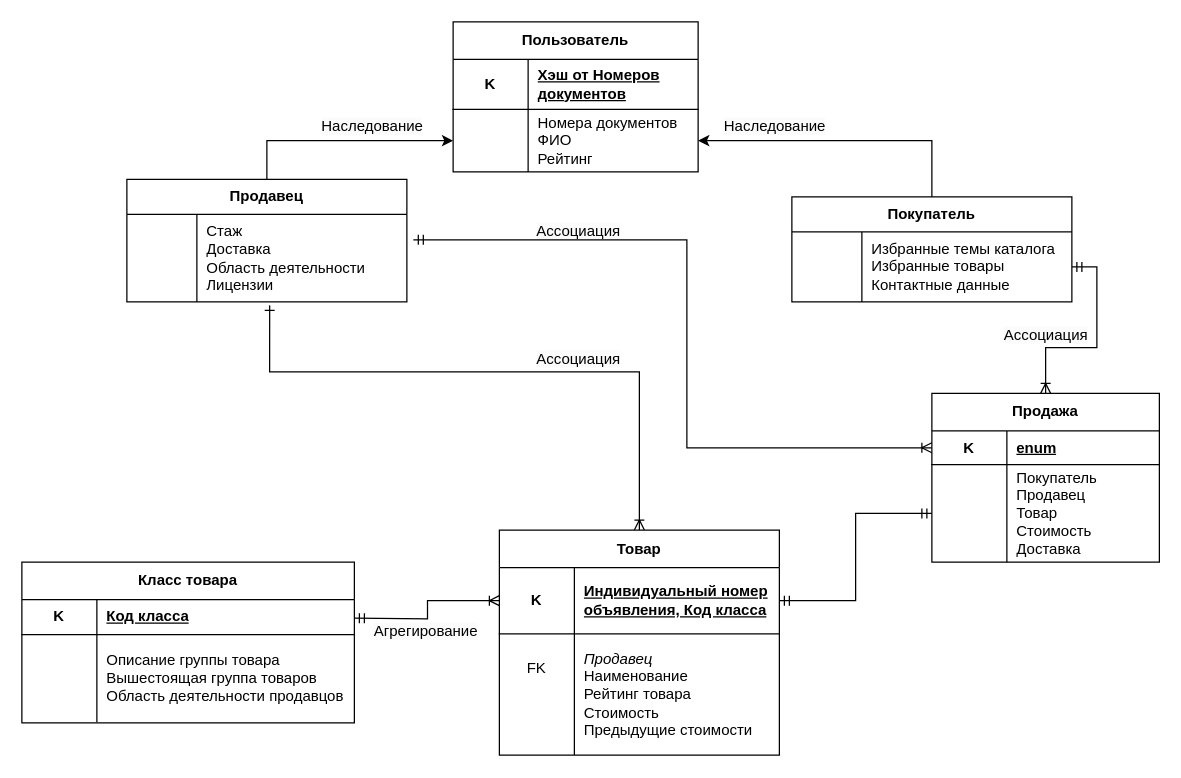
Djuckman/Compilers2 keeps this draw.io diagram as Диаграмма без названия.drawio. Above is the earlier version. Source tidied: cells renumbered, new cells numbered last; positions are measured from the earlier drawing's top-left corner, leaving out a move shared by most shapes. Both pictures are drawn from the tidied source at 125%, with x=0, y=0 at pixel (21, 21).
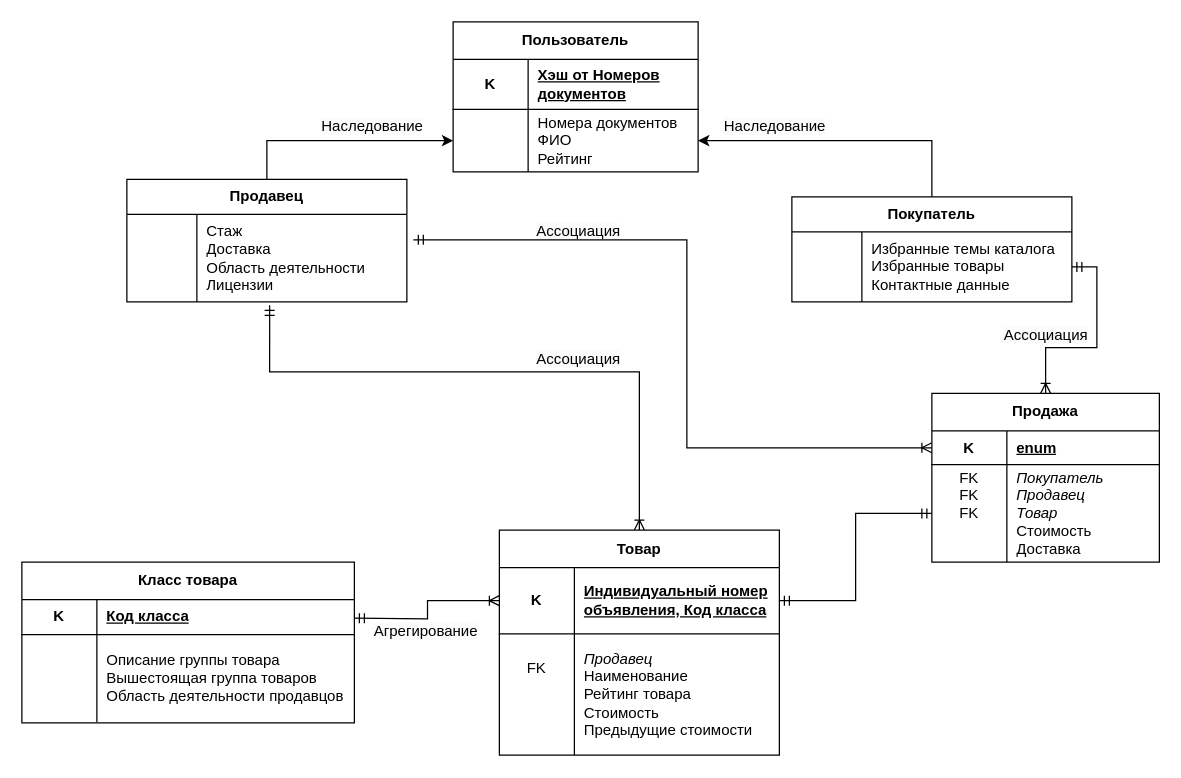
The same page after the edit.

Unchanged cells that the change refers to:
```xml
<mxCell id="15" style="shape=tableRow;horizontal=0;startSize=0;swimlaneHead=0;swimlaneBody=0;fillColor=none;points=[[0,0.5],[1,0.5]];portConstraint=eastwest;top=0;left=0;right=0;bottom=0;html=1;" parent="14" vertex="1">
  <mxGeometry y="28" width="224" height="70" as="geometry" />
</mxCell>
<mxCell id="28" style="shape=tableRow;horizontal=0;startSize=0;swimlaneHead=0;swimlaneBody=0;fillColor=none;points=[[0,0.5],[1,0.5]];portConstraint=eastwest;top=0;left=0;right=0;bottom=0;html=1;" parent="24" vertex="1">
  <mxGeometry y="57" width="182" height="78" as="geometry" />
</mxCell>
<mxCell id="32" value="Товар" style="shape=table;startSize=30;childLayout=tableLayout;rowLines=0;fontStyle=1;align=center;html=1;whiteSpace=wrap;" parent="1" vertex="1">
  <mxGeometry x="382" y="406.5" width="224" height="180" as="geometry" />
</mxCell>
```

Change to the diagram source:
```diff
@@
-    <mxCell id="29" style="shape=partialRectangle;fillColor=none;top=0;left=0;bottom=0;right=0;overflow=hidden;html=1;whiteSpace=wrap;" parent="28" vertex="1">
+    <mxCell id="29" value="FK&lt;div&gt;FK&lt;br&gt;&lt;/div&gt;&lt;div&gt;FK&lt;/div&gt;&lt;div&gt;&lt;br&gt;&lt;/div&gt;&lt;div&gt;&lt;br&gt;&lt;/div&gt;" style="shape=partialRectangle;fillColor=none;top=0;left=0;bottom=0;right=0;overflow=hidden;html=1;whiteSpace=wrap;" parent="28" vertex="1">
       <mxGeometry width="60" height="78" as="geometry" />
     </mxCell>
-    <mxCell id="30" value="&lt;div&gt;Покупатель&lt;/div&gt;&lt;div&gt;Продавец&lt;/div&gt;Товар&lt;div&gt;Стоимость&lt;/div&gt;&lt;div&gt;Доставка&lt;/div&gt;" style="shape=partialRectangle;fillColor=none;top=0;left=0;bottom=0;right=0;align=left;spacingLeft=6;overflow=hidden;html=1;whiteSpace=wrap;" parent="28" vertex="1">
+    <mxCell id="30" value="&lt;div&gt;&lt;i&gt;Покупатель&lt;/i&gt;&lt;/div&gt;&lt;div&gt;&lt;i&gt;Продавец&lt;/i&gt;&lt;/div&gt;&lt;i&gt;Товар&lt;/i&gt;&lt;div&gt;Стоимость&lt;/div&gt;&lt;div&gt;Доставка&lt;/div&gt;" style="shape=partialRectangle;fillColor=none;top=0;left=0;bottom=0;right=0;align=left;spacingLeft=6;overflow=hidden;html=1;whiteSpace=wrap;" parent="28" vertex="1">
       <mxGeometry x="60" width="122" height="78" as="geometry" />
     </mxCell>
@@
-    <mxCell id="49" style="edgeStyle=orthogonalEdgeStyle;rounded=0;jettySize=auto;html=1;exitX=0.51;exitY=1.04;exitDx=0;exitDy=0;entryX=0.5;entryY=0;entryDx=0;entryDy=0;exitPerimeter=0;endArrow=ERoneToMany;endFill=0;startArrow=ERone;startFill=0;" parent="1" edge="1" source="15" target="32">
+    <mxCell id="49" style="edgeStyle=orthogonalEdgeStyle;rounded=0;jettySize=auto;html=1;exitX=0.51;exitY=1.04;exitDx=0;exitDy=0;entryX=0.5;entryY=0;entryDx=0;entryDy=0;exitPerimeter=0;endArrow=ERoneToMany;endFill=0;startArrow=ERmandOne;startFill=0;" parent="1" edge="1" source="15" target="32">
       <mxGeometry relative="1" as="geometry">
         <Array as="points">
           <mxPoint x="198" y="280" />
           <mxPoint x="494" y="280" />
         </Array>
       </mxGeometry>
     </mxCell>
```
